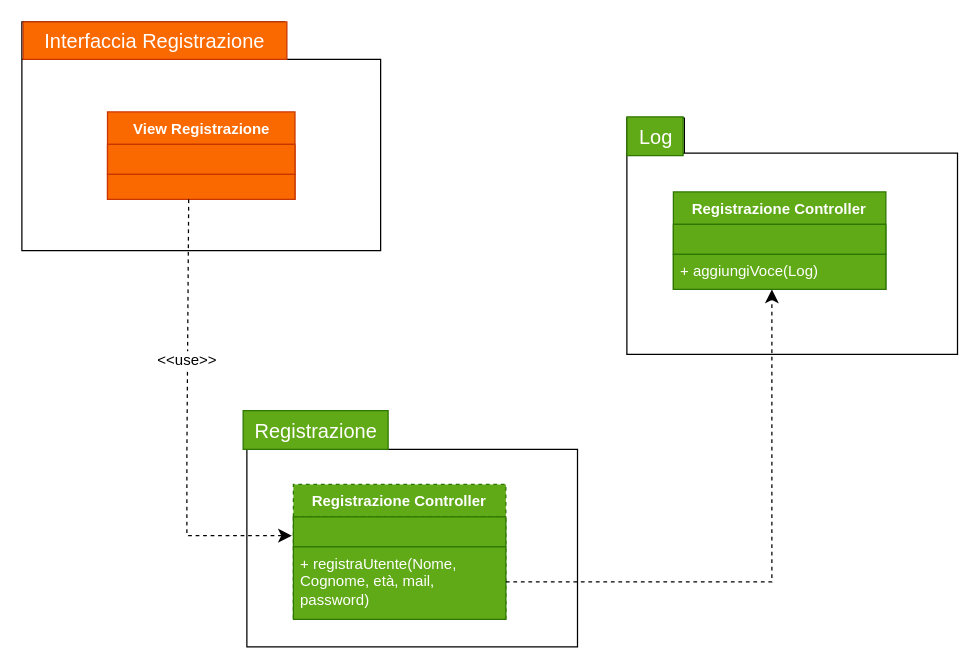
The draw.io diagram Diagrammi_Package/Classi/registrazione.drawio in JosephBoom02/Progetto_Ingegneria_del_Software, before the edit. Source tidied: cells renumbered, new cells numbered last; positions are measured from the earlier drawing's top-left corner, leaving out a move shared by most shapes. Both pictures are drawn from the tidied source at 125%, with x=0, y=0 at pixel (21, 21).
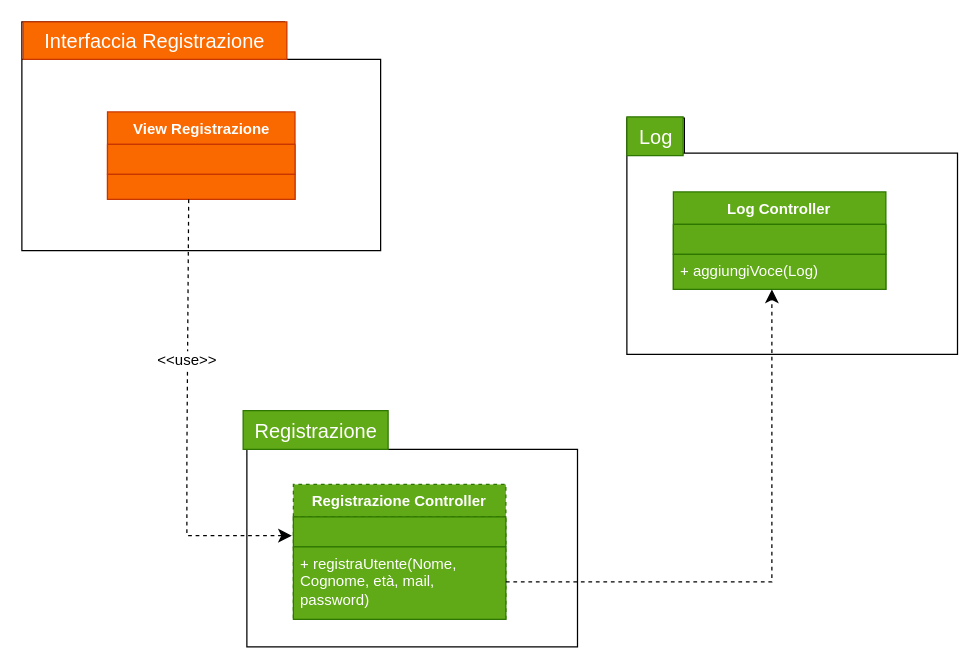
Above is the later version.

What changed in the source:
```diff
@@
-    <mxCell id="20" value="Registrazione Controller" style="swimlane;fontStyle=1;align=center;verticalAlign=top;horizontal=1;startSize=26;whiteSpace=wrap;html=1;fillColor=#60a917;fontColor=#ffffff;strokeColor=#2D7600;" parent="1" vertex="1">
+    <mxCell id="20" value="Log Controller" style="swimlane;fontStyle=1;align=center;verticalAlign=top;horizontal=1;startSize=26;whiteSpace=wrap;html=1;fillColor=#60a917;fontColor=#ffffff;strokeColor=#2D7600;" parent="1" vertex="1">
       <mxGeometry x="521.2" y="136" width="170" height="78" as="geometry" />
     </mxCell>
```
